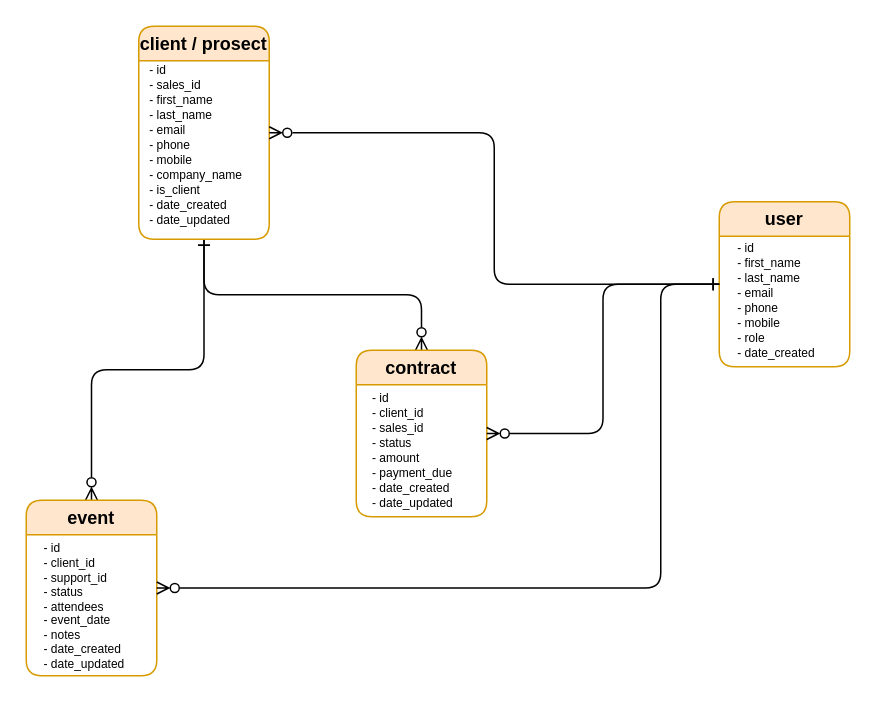
Before: documents/ERD.drawio in GDSDC/OpenclassroomsProject-P12, a draw.io diagram. Source tidied: cells renumbered, new cells numbered last; positions are measured from the earlier drawing's top-left corner, leaving out a move shared by most shapes. Both pictures are drawn from the tidied source at 150%, with x=0, y=0 at pixel (26, 26).
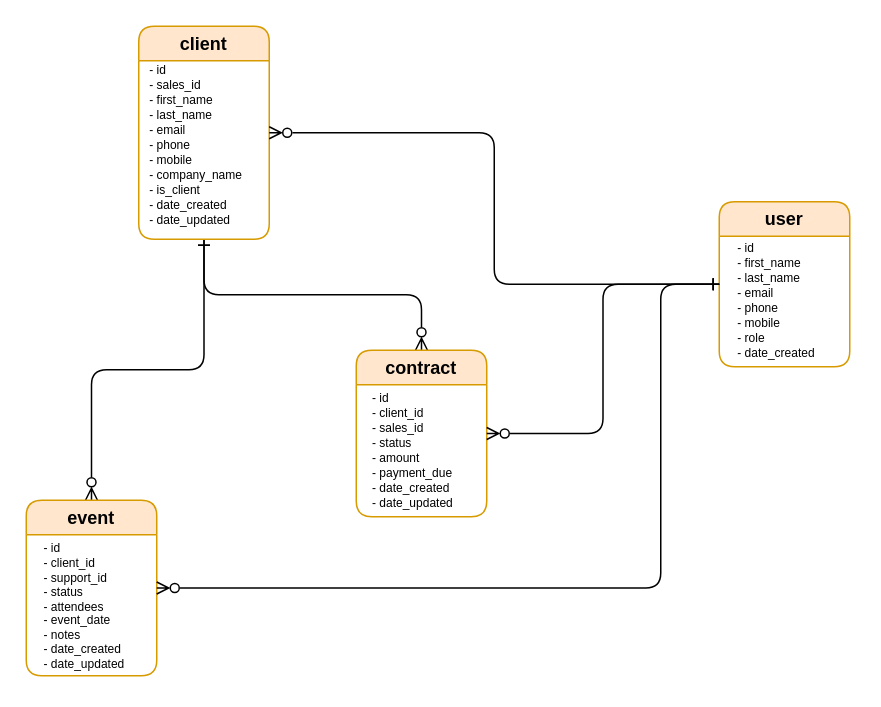
After the change.

Change to the diagram source:
```diff
@@
 <mxGraphModel>
   <root>
     <mxCell id="0" />
     <mxCell id="1" parent="0" />
     <mxCell id="2" style="edgeStyle=orthogonalEdgeStyle;jettySize=auto;html=1;exitX=0.5;exitY=1;exitDx=0;exitDy=0;startArrow=ERone;startFill=0;endArrow=ERzeroToMany;endFill=0;" parent="1" edge="1" source="4" target="8">
       <mxGeometry relative="1" as="geometry" />
     </mxCell>
     <mxCell id="3" style="edgeStyle=orthogonalEdgeStyle;jettySize=auto;html=1;exitX=0.5;exitY=1;exitDx=0;exitDy=0;startArrow=ERone;startFill=0;endArrow=ERzeroToMany;endFill=0;" parent="1" edge="1" source="4" target="6">
       <mxGeometry relative="1" as="geometry" />
     </mxCell>
-    <mxCell id="4" value="client / prosect" style="swimlane;fillColor=#ffe6cc;strokeColor=#d79b00;startSize=23;rounded=1;" parent="1" vertex="1">
+    <mxCell id="4" value="client" style="swimlane;fillColor=#ffe6cc;strokeColor=#d79b00;startSize=23;rounded=1;" parent="1" vertex="1">
       <mxGeometry x="75" width="87" height="142" as="geometry" />
     </mxCell>
     <mxCell id="5" value="- id&#10;- sales_id&#10;- first_name&#10;- last_name&#10;- email&#10;- phone&#10;- mobile&#10;- company_name&#10;- is_client&#10;- date_created&#10;- date_updated" style="text;align=left;verticalAlign=middle;strokeColor=none;fillColor=none;fontSize=8;horizontal=1;spacing=2;fontStyle=0;rounded=1;" parent="4" vertex="1">
       <mxGeometry x="5.5" y="20" width="76" height="118" as="geometry" />
     </mxCell>
     <mxCell id="6" value="contract" style="swimlane;fillColor=#ffe6cc;strokeColor=#d79b00;rounded=1;" parent="1" vertex="1">
       <mxGeometry x="220" y="216" width="87" height="111" as="geometry" />
     </mxCell>
     <mxCell id="7" value="- id&#10;- client_id&#10;- sales_id&#10;- status&#10;- amount&#10;- payment_due&#10;- date_created&#10;- date_updated" style="text;align=left;verticalAlign=middle;strokeColor=none;fillColor=none;fontSize=8;horizontal=1;spacing=2;fontStyle=0;rounded=1;" parent="6" vertex="1">
       <mxGeometry x="9" y="23" width="68" height="88" as="geometry" />
     </mxCell>
     <mxCell id="8" value="event" style="swimlane;fillColor=#ffe6cc;strokeColor=#d79b00;rounded=1;" parent="1" vertex="1">
       <mxGeometry y="316" width="87" height="117" as="geometry" />
     </mxCell>
     <mxCell id="9" value="- id&lt;br&gt;- client_id&lt;br&gt;- support_id&lt;br&gt;- status&lt;br&gt;- attendees&lt;br&gt;- event_date&lt;br&gt;- notes&lt;br&gt;- date_created&lt;br&gt;- date_updated" style="text;align=left;verticalAlign=middle;strokeColor=none;fillColor=none;fontSize=8;horizontal=1;spacing=2;fontStyle=0;html=1;rounded=1;" parent="8" vertex="1">
       <mxGeometry x="10" y="22" width="68" height="98" as="geometry" />
     </mxCell>
     <mxCell id="10" style="group;rounded=1;" parent="1" vertex="1">
       <mxGeometry x="465" y="114" width="87" height="136" as="geometry" />
     </mxCell>
     <mxCell id="11" value="user" style="swimlane;fillColor=#ffe6cc;strokeColor=#d79b00;whiteSpace=wrap;rounded=1;" parent="10" vertex="1">
       <mxGeometry x="-3" y="3" width="87" height="110" as="geometry" />
     </mxCell>
     <mxCell id="12" value="- id&#10;- first_name&#10;- last_name&#10;- email&#10;- phone&#10;- mobile&#10;- role&#10;- date_created" style="text;align=left;verticalAlign=middle;strokeColor=none;fillColor=none;fontSize=8;horizontal=1;spacing=2;fontStyle=0;rounded=1;" parent="11" vertex="1">
       <mxGeometry x="10.5" y="22" width="66" height="88" as="geometry" />
     </mxCell>
     <mxCell id="13" style="edgeStyle=orthogonalEdgeStyle;jettySize=auto;html=1;exitX=0;exitY=0.5;exitDx=0;exitDy=0;entryX=1;entryY=0.5;entryDx=0;entryDy=0;startArrow=ERone;startFill=0;endArrow=ERzeroToMany;endFill=0;" parent="1" edge="1" source="11" target="4">
       <mxGeometry relative="1" as="geometry" />
     </mxCell>
     <mxCell id="14" style="edgeStyle=orthogonalEdgeStyle;jettySize=auto;html=1;exitX=0;exitY=0.5;exitDx=0;exitDy=0;entryX=1;entryY=0.5;entryDx=0;entryDy=0;startArrow=ERone;startFill=0;endArrow=ERzeroToMany;endFill=0;" parent="1" edge="1" source="11" target="6">
       <mxGeometry relative="1" as="geometry" />
     </mxCell>
     <mxCell id="15" style="edgeStyle=orthogonalEdgeStyle;jettySize=auto;html=1;exitX=0;exitY=0.5;exitDx=0;exitDy=0;entryX=1;entryY=0.5;entryDx=0;entryDy=0;startArrow=ERone;startFill=0;endArrow=ERzeroToMany;endFill=0;" parent="1" edge="1" source="11" target="8">
       <mxGeometry relative="1" as="geometry">
         <Array as="points">
           <mxPoint x="423" y="172" />
           <mxPoint x="423" y="375" />
         </Array>
       </mxGeometry>
     </mxCell>
   </root>
 </mxGraphModel>
```
